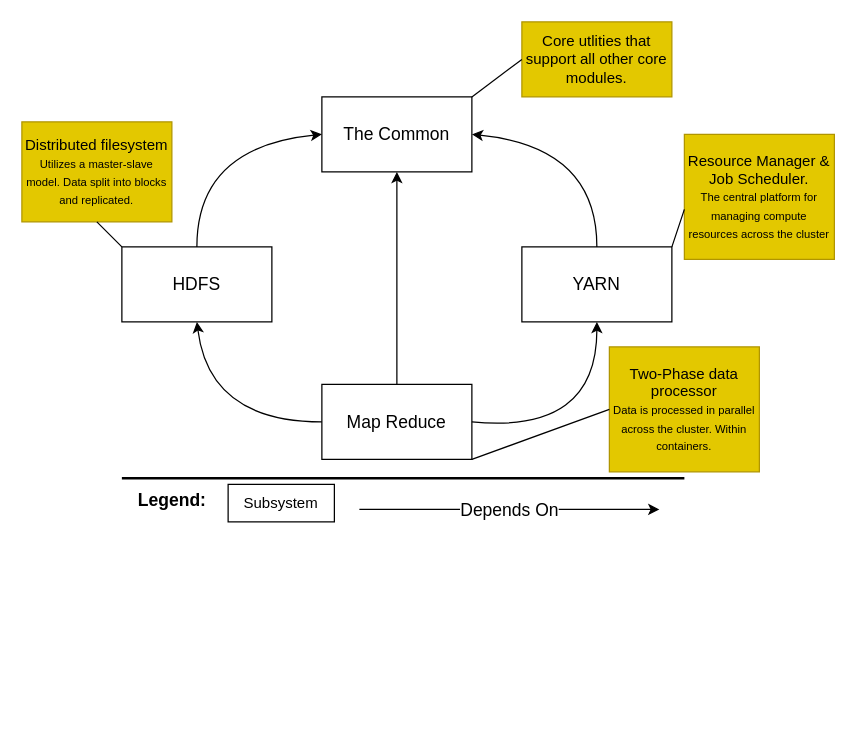
Before: HadoopHighLevel.drawio in Amir-kar/EECS4314-GroupD, a draw.io diagram. Source tidied: cells renumbered, new cells numbered last; positions are measured from the earlier drawing's top-left corner, leaving out a move shared by most shapes. Both pictures are drawn from the tidied source at 125%, with x=0, y=0 at pixel (21, 21).
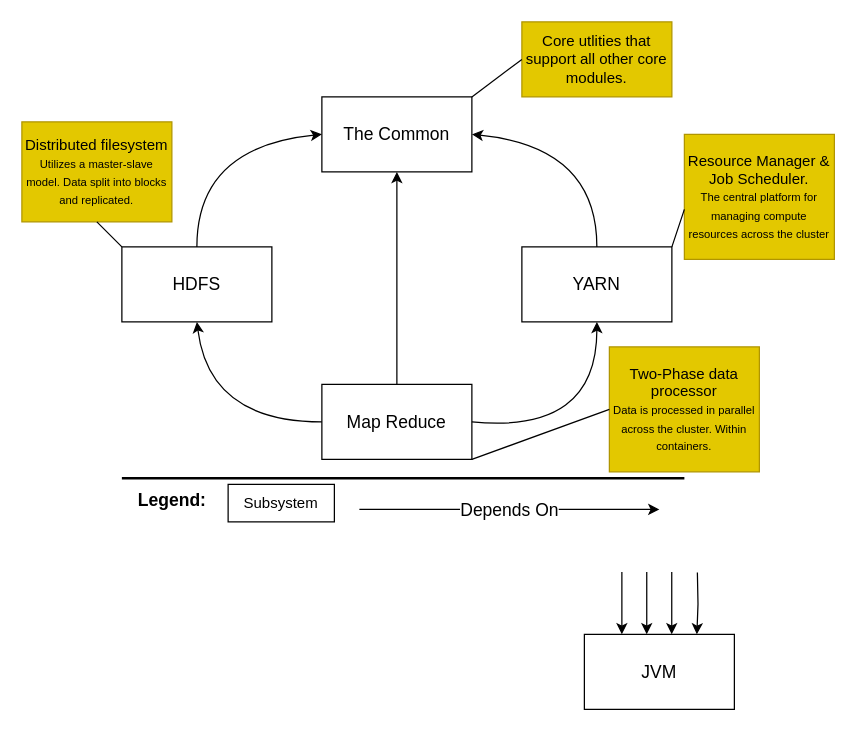
The same page after the edit.

Commit message:
Add JVM to HadoopHighLevel

What changed in the source:
```diff
@@
+    <mxCell id="24" style="edgeStyle=orthogonalEdgeStyle;rounded=0;orthogonalLoop=1;jettySize=auto;html=1;exitX=0.5;exitY=0;exitDx=0;exitDy=0;" parent="1" edge="1">
+      <mxGeometry relative="1" as="geometry">
+        <mxPoint x="519.9" y="440" as="sourcePoint" />
+        <mxPoint x="519.9" y="490" as="targetPoint" />
+      </mxGeometry>
+    </mxCell>
+    <mxCell id="25" value="&lt;font style=&quot;font-size: 14px;&quot;&gt;JVM&lt;/font&gt;" style="rounded=0;whiteSpace=wrap;html=1;" parent="1" vertex="1">
+      <mxGeometry x="450" y="490" width="120" height="60" as="geometry" />
+    </mxCell>
+    <mxCell id="26" style="edgeStyle=orthogonalEdgeStyle;rounded=0;orthogonalLoop=1;jettySize=auto;html=1;exitX=0.58;exitY=-0.008;exitDx=0;exitDy=0;exitPerimeter=0;" parent="1" edge="1">
+      <mxGeometry relative="1" as="geometry">
+        <mxPoint x="540.4" y="440.5" as="sourcePoint" />
+        <mxPoint x="540" y="490" as="targetPoint" />
+      </mxGeometry>
+    </mxCell>
+    <mxCell id="27" style="edgeStyle=orthogonalEdgeStyle;rounded=0;orthogonalLoop=1;jettySize=auto;html=1;exitX=0.75;exitY=0;exitDx=0;exitDy=0;" parent="1" edge="1">
+      <mxGeometry relative="1" as="geometry">
+        <mxPoint x="480" y="440" as="sourcePoint" />
+        <mxPoint x="480" y="490" as="targetPoint" />
+      </mxGeometry>
+    </mxCell>
+    <mxCell id="28" style="edgeStyle=orthogonalEdgeStyle;rounded=0;orthogonalLoop=1;jettySize=auto;html=1;exitX=0.75;exitY=0;exitDx=0;exitDy=0;" parent="1" edge="1">
+      <mxGeometry relative="1" as="geometry">
+        <mxPoint x="499.9" y="440" as="sourcePoint" />
+        <mxPoint x="499.9" y="490" as="targetPoint" />
+      </mxGeometry>
+    </mxCell>
```
